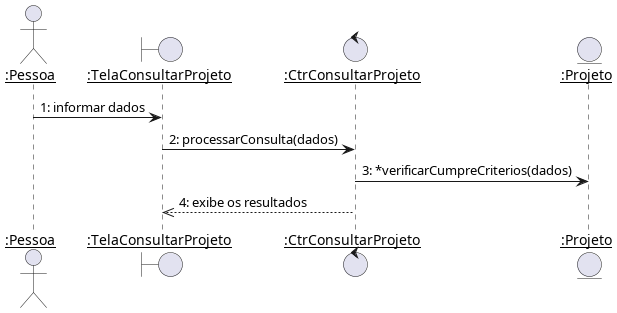
Earlier version of the PlantUML export diagramas/sequencia/consultar_projeto.png (Pedro-V/projetorium).
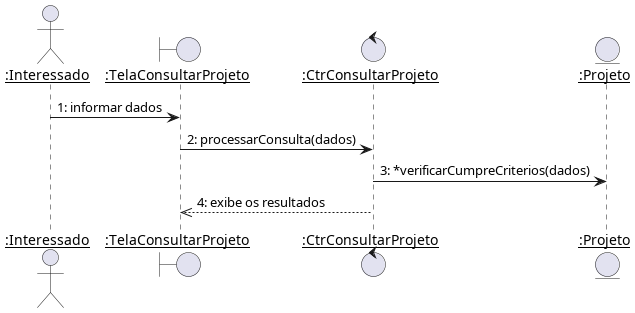
The same file after the commit.

Diff of the diagram source:
```diff
@@ -1,12 +1,12 @@
 @startuml
 skinparam sequenceParticipant underline
 
-actor ":Pessoa" as Pessoa
+actor ":Interessado" as Interessado
 boundary ":TelaConsultarProjeto" as TelaConsultarProjeto
 control ":CtrConsultarProjeto" as CtrConsultarProjeto
 entity ":Projeto" as Projeto
 
-Pessoa -> TelaConsultarProjeto : 1: informar dados
+Interessado -> TelaConsultarProjeto : 1: informar dados
 TelaConsultarProjeto -> CtrConsultarProjeto : 2: processarConsulta(dados)
 CtrConsultarProjeto -> Projeto : 3: *verificarCumpreCriterios(dados)
 TelaConsultarProjeto <<-- CtrConsultarProjeto : 4: exibe os resultados
```
